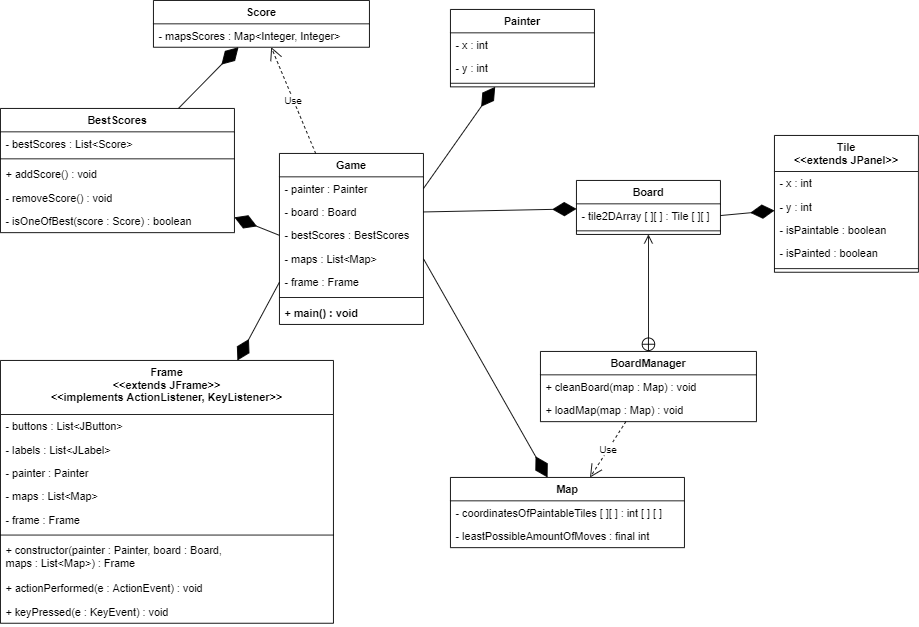
Earlier version of the draw.io export src/main/resources/img/Paint-It!.png (CcConStanTine/Paint-It). Source tidied: cells renumbered, new cells last; positions are measured from the earlier drawing's top-left corner, leaving out a move shared by most shapes.
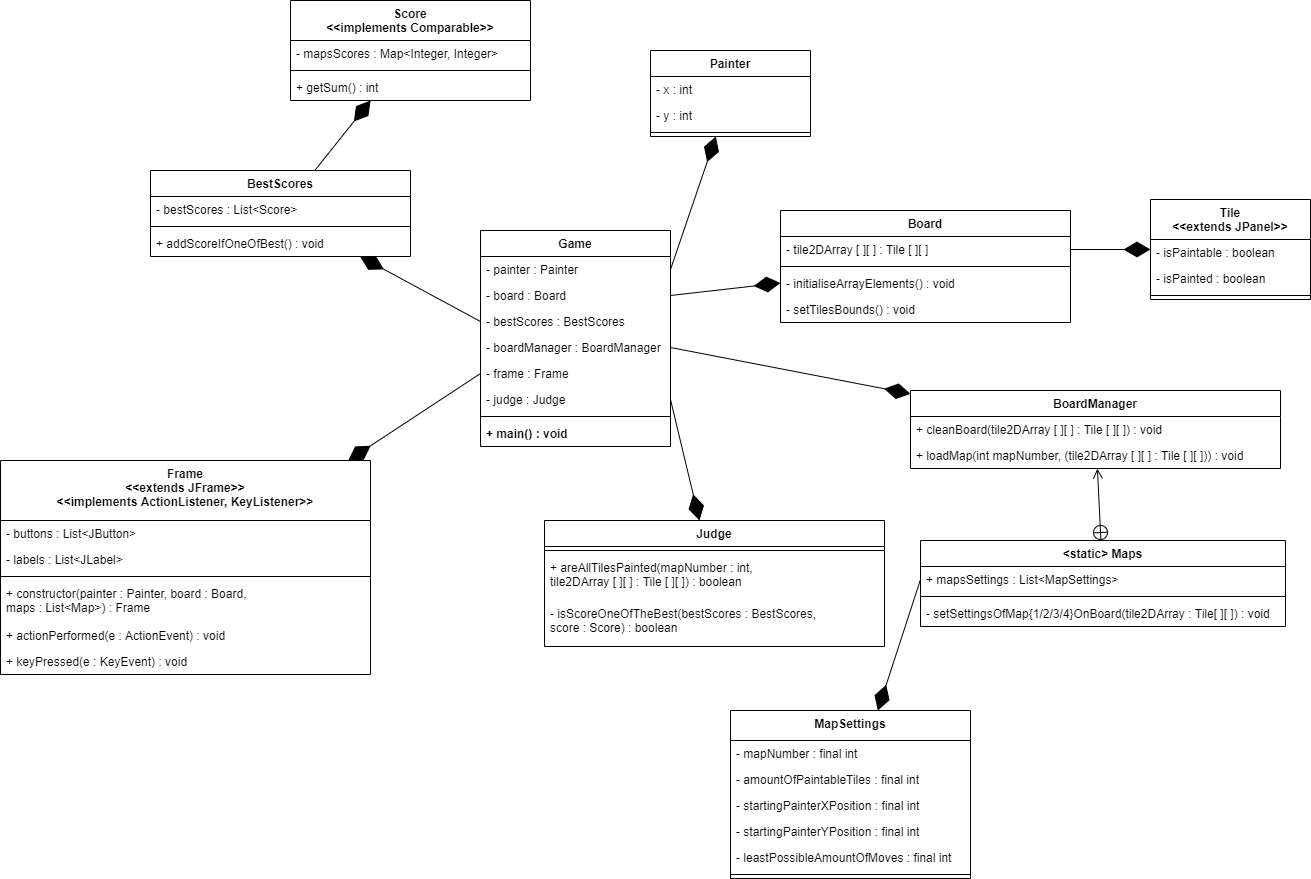
After the change.

Commit message:
Every class beyond Game and Frame added

The edit, as a diff of the source:
```diff
@@ -5,3 +5,3 @@
     <mxCell id="2" value="Painter" style="swimlane;fontStyle=1;align=center;verticalAlign=top;horizontal=1;startSize=26;" parent="1" vertex="1">
-      <mxGeometry x="500" y="10" width="160" height="86" as="geometry" />
+      <mxGeometry x="500" width="160" height="86" as="geometry" />
     </mxCell>
@@ -17,40 +17,37 @@
     <mxCell id="6" value="Tile&#10;&lt;&lt;extends JPanel&gt;&gt;" style="swimlane;fontStyle=1;align=center;verticalAlign=top;horizontal=1;startSize=40;" parent="1" vertex="1">
-      <mxGeometry x="860" y="150" width="160" height="152" as="geometry" />
+      <mxGeometry x="1000" y="149" width="160" height="100" as="geometry" />
     </mxCell>
-    <mxCell id="7" value="- x : int" style="text;strokeColor=none;fillColor=none;align=left;verticalAlign=top;spacingLeft=4;spacingRight=4;overflow=hidden;" parent="6" vertex="1">
-      <mxGeometry y="40" width="160" height="26" as="geometry" />
-    </mxCell>
-    <mxCell id="8" value="- y : int" style="text;strokeColor=none;fillColor=none;align=left;verticalAlign=top;spacingLeft=4;spacingRight=4;overflow=hidden;" parent="6" vertex="1">
-      <mxGeometry y="66" width="160" height="26" as="geometry" />
-    </mxCell>
     <mxCell id="9" value="- isPaintable : boolean" style="text;strokeColor=none;fillColor=none;align=left;verticalAlign=top;spacingLeft=4;spacingRight=4;overflow=hidden;" parent="6" vertex="1">
-      <mxGeometry y="92" width="160" height="26" as="geometry" />
+      <mxGeometry y="40" width="160" height="26" as="geometry" />
     </mxCell>
     <mxCell id="10" value="- isPainted : boolean" style="text;strokeColor=none;fillColor=none;align=left;verticalAlign=top;spacingLeft=4;spacingRight=4;overflow=hidden;" parent="6" vertex="1">
-      <mxGeometry y="118" width="160" height="26" as="geometry" />
+      <mxGeometry y="66" width="160" height="26" as="geometry" />
     </mxCell>
     <mxCell id="11" style="line;strokeWidth=1;fillColor=none;align=left;verticalAlign=middle;spacingTop=-1;spacingLeft=3;spacingRight=3;labelPosition=right;" parent="6" vertex="1">
-      <mxGeometry y="144" width="160" height="8" as="geometry" />
+      <mxGeometry y="92" width="160" height="8" as="geometry" />
     </mxCell>
     <mxCell id="12" value="BoardManager" style="swimlane;fontStyle=1;horizontal=1;startSize=26;fillColor=none;" parent="1" vertex="1">
-      <mxGeometry x="600" y="390" width="240" height="78" as="geometry" />
+      <mxGeometry x="760" y="340" width="370" height="78" as="geometry" />
     </mxCell>
-    <mxCell id="13" value="+ cleanBoard(map : Map) : void" style="text;strokeColor=none;fillColor=none;align=left;verticalAlign=top;spacingLeft=4;spacingRight=4;overflow=hidden;" parent="12" vertex="1">
-      <mxGeometry y="26" width="240" height="26" as="geometry" />
-    </mxCell>
+    <mxCell id="57" value="+ cleanBoard(tile2DArray [ ][ ] : Tile [ ][ ]) : void" style="text;strokeColor=none;fillColor=none;align=left;verticalAlign=top;spacingLeft=4;spacingRight=4;overflow=hidden;" parent="12" vertex="1">
+      <mxGeometry y="26" width="370" height="26" as="geometry" />
+    </mxCell>
-    <mxCell id="14" value="+ loadMap(map : Map) : void" style="text;strokeColor=none;fillColor=none;align=left;verticalAlign=top;spacingLeft=4;spacingRight=4;overflow=hidden;" parent="12" vertex="1">
-      <mxGeometry y="52" width="240" height="26" as="geometry" />
+    <mxCell id="14" value="+ loadMap(int mapNumber, (tile2DArray [ ][ ] : Tile [ ][ ])) : void" style="text;strokeColor=none;fillColor=none;align=left;verticalAlign=top;spacingLeft=4;spacingRight=4;overflow=hidden;" parent="12" vertex="1">
+      <mxGeometry y="52" width="370" height="26" as="geometry" />
     </mxCell>
     <mxCell id="15" value="Board" style="swimlane;fontStyle=1;align=center;verticalAlign=top;horizontal=1;startSize=26;" parent="1" vertex="1">
-      <mxGeometry x="640" y="200" width="160" height="60" as="geometry" />
+      <mxGeometry x="630" y="160" width="290" height="112" as="geometry" />
     </mxCell>
     <mxCell id="16" value="- tile2DArray [ ][ ] : Tile [ ][ ] " style="text;strokeColor=none;fillColor=none;align=left;verticalAlign=top;spacingLeft=4;spacingRight=4;overflow=hidden;points=[[0,0.5],[1,0.5]];portConstraint=eastwest;" parent="15" vertex="1">
-      <mxGeometry y="26" width="160" height="26" as="geometry" />
+      <mxGeometry y="26" width="290" height="26" as="geometry" />
     </mxCell>
     <mxCell id="17" style="line;strokeWidth=1;fillColor=none;align=left;verticalAlign=middle;spacingTop=-1;spacingLeft=3;spacingRight=3;labelPosition=right;" parent="15" vertex="1">
-      <mxGeometry y="52" width="160" height="8" as="geometry" />
+      <mxGeometry y="52" width="290" height="8" as="geometry" />
     </mxCell>
-    <mxCell id="18" style="endArrow=open;startArrow=circlePlus;endFill=0;startFill=0;endSize=8;html=1;" parent="1" edge="1" source="12" target="15">
-      <mxGeometry relative="1" as="geometry" />
-    </mxCell>
+    <mxCell id="58" value="- initialiseArrayElements() : void" style="text;strokeColor=none;fillColor=none;align=left;verticalAlign=top;spacingLeft=4;spacingRight=4;overflow=hidden;" parent="15" vertex="1">
+      <mxGeometry y="60" width="290" height="26" as="geometry" />
+    </mxCell>
+    <mxCell id="59" value="- setTilesBounds() : void" style="text;strokeColor=none;fillColor=none;align=left;verticalAlign=top;spacingLeft=4;spacingRight=4;overflow=hidden;" parent="15" vertex="1">
+      <mxGeometry y="86" width="290" height="26" as="geometry" />
+    </mxCell>
     <mxCell id="19" style="endArrow=diamondThin;endFill=1;endSize=24;html=1;exitX=1;exitY=0.5;exitDx=0;exitDy=0;" parent="1" edge="1" source="16" target="6">
@@ -59,24 +56,27 @@
     <mxCell id="20" value="Game" style="swimlane;fontStyle=1;align=center;verticalAlign=top;horizontal=1;startSize=26;" parent="1" vertex="1">
-      <mxGeometry x="310" y="170" width="160" height="190" as="geometry" />
+      <mxGeometry x="330" y="180" width="190" height="216" as="geometry" />
     </mxCell>
     <mxCell id="21" value="- painter : Painter" style="text;strokeColor=none;fillColor=none;align=left;verticalAlign=top;spacingLeft=4;spacingRight=4;overflow=hidden;points=[[0,0.5],[1,0.5]];portConstraint=eastwest;" parent="20" vertex="1">
-      <mxGeometry y="26" width="160" height="26" as="geometry" />
+      <mxGeometry y="26" width="190" height="26" as="geometry" />
     </mxCell>
     <mxCell id="22" value="- board : Board" style="text;strokeColor=none;fillColor=none;align=left;verticalAlign=top;spacingLeft=4;spacingRight=4;overflow=hidden;points=[[0,0.5],[1,0.5]];portConstraint=eastwest;" parent="20" vertex="1">
-      <mxGeometry y="52" width="160" height="26" as="geometry" />
+      <mxGeometry y="52" width="190" height="26" as="geometry" />
     </mxCell>
     <mxCell id="23" value="- bestScores : BestScores" style="text;strokeColor=none;fillColor=none;align=left;verticalAlign=top;spacingLeft=4;spacingRight=4;overflow=hidden;points=[[0,0.5],[1,0.5]];portConstraint=eastwest;" parent="20" vertex="1">
-      <mxGeometry y="78" width="160" height="26" as="geometry" />
+      <mxGeometry y="78" width="190" height="26" as="geometry" />
     </mxCell>
-    <mxCell id="24" value="- maps : List&lt;Map&gt;" style="text;strokeColor=none;fillColor=none;align=left;verticalAlign=top;spacingLeft=4;spacingRight=4;overflow=hidden;points=[[0,0.5],[1,0.5]];portConstraint=eastwest;" parent="20" vertex="1">
-      <mxGeometry y="104" width="160" height="26" as="geometry" />
-    </mxCell>
+    <mxCell id="60" value="- boardManager : BoardManager" style="text;strokeColor=none;fillColor=none;align=left;verticalAlign=top;spacingLeft=4;spacingRight=4;overflow=hidden;points=[[0,0.5],[1,0.5]];portConstraint=eastwest;" parent="20" vertex="1">
+      <mxGeometry y="104" width="190" height="26" as="geometry" />
+    </mxCell>
     <mxCell id="25" value="- frame : Frame" style="text;strokeColor=none;fillColor=none;align=left;verticalAlign=top;spacingLeft=4;spacingRight=4;overflow=hidden;points=[[0,0.5],[1,0.5]];portConstraint=eastwest;" parent="20" vertex="1">
-      <mxGeometry y="130" width="160" height="26" as="geometry" />
+      <mxGeometry y="130" width="190" height="26" as="geometry" />
     </mxCell>
+    <mxCell id="61" value="- judge : Judge" style="text;strokeColor=none;fillColor=none;align=left;verticalAlign=top;spacingLeft=4;spacingRight=4;overflow=hidden;points=[[0,0.5],[1,0.5]];portConstraint=eastwest;" parent="20" vertex="1">
+      <mxGeometry y="156" width="190" height="26" as="geometry" />
+    </mxCell>
     <mxCell id="26" style="line;strokeWidth=1;fillColor=none;align=left;verticalAlign=middle;spacingTop=-1;spacingLeft=3;spacingRight=3;labelPosition=right;" parent="20" vertex="1">
-      <mxGeometry y="156" width="160" height="8" as="geometry" />
+      <mxGeometry y="182" width="190" height="8" as="geometry" />
     </mxCell>
     <mxCell id="27" value="+ main() : void" style="text;strokeColor=none;fillColor=none;align=left;verticalAlign=top;spacingLeft=4;spacingRight=4;overflow=hidden;fontStyle=1;" parent="20" vertex="1">
-      <mxGeometry y="164" width="160" height="26" as="geometry" />
+      <mxGeometry y="190" width="190" height="26" as="geometry" />
     </mxCell>
@@ -88,16 +88,16 @@
     </mxCell>
-    <mxCell id="30" value="Map" style="swimlane;fontStyle=1;horizontal=1;startSize=26;fillColor=none;" parent="1" vertex="1">
-      <mxGeometry x="500" y="530" width="260" height="78" as="geometry" />
+    <mxCell id="30" value="&lt;static&gt; Maps" style="swimlane;fontStyle=1;horizontal=1;startSize=26;fillColor=none;" parent="1" vertex="1">
+      <mxGeometry x="770" y="490" width="365" height="86" as="geometry" />
     </mxCell>
-    <mxCell id="31" value="- coordinatesOfPaintableTiles [ ][ ] : int [ ] [ ]" style="text;strokeColor=none;fillColor=none;align=left;verticalAlign=top;spacingLeft=4;spacingRight=4;overflow=hidden;" parent="30" vertex="1">
-      <mxGeometry y="26" width="260" height="26" as="geometry" />
-    </mxCell>
-    <mxCell id="32" value="- leastPossibleAmountOfMoves : final int" style="text;strokeColor=none;fillColor=none;align=left;verticalAlign=top;spacingLeft=4;spacingRight=4;overflow=hidden;points=[[0,0.5],[1,0.5]];portConstraint=eastwest;" parent="30" vertex="1">
-      <mxGeometry y="52" width="260" height="26" as="geometry" />
+    <mxCell id="32" value="+ mapsSettings : List&lt;MapSettings&gt;" style="text;strokeColor=none;fillColor=none;align=left;verticalAlign=top;spacingLeft=4;spacingRight=4;overflow=hidden;points=[[0,0.5],[1,0.5]];portConstraint=eastwest;" parent="30" vertex="1">
+      <mxGeometry y="26" width="365" height="26" as="geometry" />
     </mxCell>
-    <mxCell id="33" value="Use" style="endArrow=open;endSize=12;dashed=1;html=1;" parent="1" edge="1" source="12" target="30">
-      <mxGeometry relative="1" as="geometry" />
-    </mxCell>
+    <mxCell id="62" style="line;strokeWidth=1;fillColor=none;align=left;verticalAlign=middle;spacingTop=-1;spacingLeft=3;spacingRight=3;labelPosition=right;" parent="30" vertex="1">
+      <mxGeometry y="52" width="365" height="8" as="geometry" />
+    </mxCell>
+    <mxCell id="63" value="- setSettingsOfMap{1/2/3/4}OnBoard(tile2DArray : Tile[ ][ ]) : void" style="text;strokeColor=none;fillColor=none;align=left;verticalAlign=top;spacingLeft=4;spacingRight=4;overflow=hidden;" parent="30" vertex="1">
+      <mxGeometry y="60" width="365" height="26" as="geometry" />
+    </mxCell>
     <mxCell id="34" value="Frame &#10;&lt;&lt;extends JFrame&gt;&gt;&#10;&lt;&lt;implements ActionListener, KeyListener&gt;&gt;" style="swimlane;fontStyle=1;align=center;verticalAlign=top;horizontal=1;startSize=60;" parent="1" vertex="1">
-      <mxGeometry y="400" width="370" height="292" as="geometry" />
+      <mxGeometry x="-150" y="410" width="370" height="214" as="geometry" />
     </mxCell>
@@ -109,29 +109,26 @@
     </mxCell>
-    <mxCell id="37" value="- painter : Painter" style="text;strokeColor=none;fillColor=none;align=left;verticalAlign=top;spacingLeft=4;spacingRight=4;overflow=hidden;" parent="34" vertex="1">
-      <mxGeometry y="112" width="370" height="26" as="geometry" />
-    </mxCell>
-    <mxCell id="38" value="- maps : List&lt;Map&gt;" style="text;strokeColor=none;fillColor=none;align=left;verticalAlign=top;spacingLeft=4;spacingRight=4;overflow=hidden;" parent="34" vertex="1">
-      <mxGeometry y="138" width="370" height="26" as="geometry" />
-    </mxCell>
-    <mxCell id="39" value="- frame : Frame" style="text;strokeColor=none;fillColor=none;align=left;verticalAlign=top;spacingLeft=4;spacingRight=4;overflow=hidden;" parent="34" vertex="1">
-      <mxGeometry y="164" width="370" height="26" as="geometry" />
-    </mxCell>
     <mxCell id="40" style="line;strokeWidth=1;fillColor=none;align=left;verticalAlign=middle;spacingTop=-1;spacingLeft=3;spacingRight=3;labelPosition=right;" parent="34" vertex="1">
-      <mxGeometry y="190" width="370" height="8" as="geometry" />
+      <mxGeometry y="112" width="370" height="8" as="geometry" />
     </mxCell>
     <mxCell id="41" value="+ constructor(painter : Painter, board : Board, &#10;maps : List&lt;Map&gt;) : Frame" style="text;strokeColor=none;fillColor=none;align=left;verticalAlign=top;spacingLeft=4;spacingRight=4;overflow=hidden;" parent="34" vertex="1">
-      <mxGeometry y="198" width="370" height="42" as="geometry" />
+      <mxGeometry y="120" width="370" height="42" as="geometry" />
     </mxCell>
     <mxCell id="42" value="+ actionPerformed(e : ActionEvent) : void" style="text;strokeColor=none;fillColor=none;align=left;verticalAlign=top;spacingLeft=4;spacingRight=4;overflow=hidden;" parent="34" vertex="1">
-      <mxGeometry y="240" width="370" height="26" as="geometry" />
+      <mxGeometry y="162" width="370" height="26" as="geometry" />
     </mxCell>
     <mxCell id="43" value="+ keyPressed(e : KeyEvent) : void" style="text;strokeColor=none;fillColor=none;align=left;verticalAlign=top;spacingLeft=4;spacingRight=4;overflow=hidden;" parent="34" vertex="1">
-      <mxGeometry y="266" width="370" height="26" as="geometry" />
+      <mxGeometry y="188" width="370" height="26" as="geometry" />
     </mxCell>
-    <mxCell id="44" value="Score" style="swimlane;fontStyle=1;horizontal=1;startSize=26;fillColor=none;" parent="1" vertex="1">
-      <mxGeometry x="170" width="240" height="52" as="geometry" />
+    <mxCell id="44" value="Score&#10;&lt;&lt;implements Comparable&gt;&gt;" style="swimlane;fontStyle=1;horizontal=1;startSize=40;fillColor=none;" parent="1" vertex="1">
+      <mxGeometry x="140" y="-50" width="240" height="100" as="geometry" />
     </mxCell>
     <mxCell id="45" value="- mapsScores : Map&lt;Integer, Integer&gt;" style="text;strokeColor=none;fillColor=none;align=left;verticalAlign=top;spacingLeft=4;spacingRight=4;overflow=hidden;" parent="44" vertex="1">
-      <mxGeometry y="26" width="240" height="26" as="geometry" />
+      <mxGeometry y="40" width="240" height="26" as="geometry" />
     </mxCell>
+    <mxCell id="64" style="line;strokeWidth=1;fillColor=none;align=left;verticalAlign=middle;spacingTop=-1;spacingLeft=3;spacingRight=3;labelPosition=right;" parent="44" vertex="1">
+      <mxGeometry y="66" width="240" height="8" as="geometry" />
+    </mxCell>
+    <mxCell id="65" value="+ getSum() : int" style="text;strokeColor=none;fillColor=none;align=left;verticalAlign=top;spacingLeft=4;spacingRight=4;overflow=hidden;" parent="44" vertex="1">
+      <mxGeometry y="74" width="240" height="26" as="geometry" />
+    </mxCell>
     <mxCell id="46" style="endArrow=diamondThin;endFill=1;endSize=24;html=1;" parent="1" edge="1" source="51" target="44">
@@ -139,5 +136,2 @@
     </mxCell>
-    <mxCell id="47" style="endArrow=diamondThin;endFill=1;endSize=24;html=1;exitX=1;exitY=0.5;exitDx=0;exitDy=0;" parent="1" edge="1" source="24" target="30">
-      <mxGeometry relative="1" as="geometry" />
-    </mxCell>
     <mxCell id="48" style="endArrow=diamondThin;endFill=1;endSize=24;html=1;exitX=0;exitY=0.5;exitDx=0;exitDy=0;" parent="1" edge="1" source="23" target="51">
@@ -148,7 +142,4 @@
     </mxCell>
-    <mxCell id="50" value="Use" style="endArrow=open;endSize=12;dashed=1;html=1;" parent="1" edge="1" source="20" target="44">
-      <mxGeometry relative="1" as="geometry" />
-    </mxCell>
     <mxCell id="51" value="BestScores" style="swimlane;fontStyle=1;align=center;verticalAlign=top;horizontal=1;startSize=26;" parent="1" vertex="1">
-      <mxGeometry y="120" width="260" height="138" as="geometry" />
+      <mxGeometry y="120" width="260" height="86" as="geometry" />
     </mxCell>
@@ -160,11 +151,50 @@
     </mxCell>
-    <mxCell id="54" value="+ addScore() : void" style="text;strokeColor=none;fillColor=none;align=left;verticalAlign=top;spacingLeft=4;spacingRight=4;overflow=hidden;" parent="51" vertex="1">
+    <mxCell id="54" value="+ addScoreIfOneOfBest() : void" style="text;strokeColor=none;fillColor=none;align=left;verticalAlign=top;spacingLeft=4;spacingRight=4;overflow=hidden;" parent="51" vertex="1">
       <mxGeometry y="60" width="260" height="26" as="geometry" />
     </mxCell>
-    <mxCell id="55" value="- removeScore() : void" style="text;strokeColor=none;fillColor=none;align=left;verticalAlign=top;spacingLeft=4;spacingRight=4;overflow=hidden;" parent="51" vertex="1">
-      <mxGeometry y="86" width="260" height="26" as="geometry" />
-    </mxCell>
-    <mxCell id="56" value="- isOneOfBest(score : Score) : boolean" style="text;strokeColor=none;fillColor=none;align=left;verticalAlign=top;spacingLeft=4;spacingRight=4;overflow=hidden;" parent="51" vertex="1">
-      <mxGeometry y="112" width="260" height="26" as="geometry" />
-    </mxCell>
+    <mxCell id="66" style="endArrow=open;startArrow=circlePlus;endFill=0;startFill=0;endSize=8;html=1;" parent="1" edge="1" source="30" target="12">
+      <mxGeometry relative="1" as="geometry" />
+    </mxCell>
+    <mxCell id="67" style="endArrow=diamondThin;endFill=1;endSize=24;html=1;exitX=1;exitY=0.5;exitDx=0;exitDy=0;" parent="1" edge="1" source="60" target="12">
+      <mxGeometry relative="1" as="geometry" />
+    </mxCell>
+    <mxCell id="68" value="Judge" style="swimlane;fontStyle=1;align=center;verticalAlign=top;horizontal=1;startSize=26;" parent="1" vertex="1">
+      <mxGeometry x="394" y="470" width="340" height="126" as="geometry" />
+    </mxCell>
+    <mxCell id="69" style="line;strokeWidth=1;fillColor=none;align=left;verticalAlign=middle;spacingTop=-1;spacingLeft=3;spacingRight=3;labelPosition=right;" parent="68" vertex="1">
+      <mxGeometry y="26" width="340" height="8" as="geometry" />
+    </mxCell>
+    <mxCell id="70" value="+ areAllTilesPainted(mapNumber : int, &#10;tile2DArray [ ][ ] : Tile [ ][ ]) : boolean" style="text;strokeColor=none;fillColor=none;align=left;verticalAlign=top;spacingLeft=4;spacingRight=4;overflow=hidden;" parent="68" vertex="1">
+      <mxGeometry y="34" width="340" height="46" as="geometry" />
+    </mxCell>
+    <mxCell id="71" value="- isScoreOneOfTheBest(bestScores : BestScores, &#10;score : Score) : boolean" style="text;strokeColor=none;fillColor=none;align=left;verticalAlign=top;spacingLeft=4;spacingRight=4;overflow=hidden;" parent="68" vertex="1">
+      <mxGeometry y="80" width="340" height="46" as="geometry" />
+    </mxCell>
+    <mxCell id="72" style="endArrow=diamondThin;endFill=1;endSize=24;html=1;exitX=1;exitY=0.5;exitDx=0;exitDy=0;" parent="1" edge="1" source="61" target="68">
+      <mxGeometry relative="1" as="geometry" />
+    </mxCell>
+    <mxCell id="73" value="MapSettings" style="swimlane;fontStyle=1;align=center;verticalAlign=top;horizontal=1;startSize=30;" parent="1" vertex="1">
+      <mxGeometry x="580" y="660" width="240" height="168" as="geometry" />
+    </mxCell>
+    <mxCell id="74" value="- mapNumber : final int" style="text;strokeColor=none;fillColor=none;align=left;verticalAlign=top;spacingLeft=4;spacingRight=4;overflow=hidden;" parent="73" vertex="1">
+      <mxGeometry y="30" width="240" height="26" as="geometry" />
+    </mxCell>
+    <mxCell id="75" value="- amountOfPaintableTiles : final int" style="text;strokeColor=none;fillColor=none;align=left;verticalAlign=top;spacingLeft=4;spacingRight=4;overflow=hidden;" parent="73" vertex="1">
+      <mxGeometry y="56" width="240" height="26" as="geometry" />
+    </mxCell>
+    <mxCell id="76" value="- startingPainterXPosition : final int" style="text;strokeColor=none;fillColor=none;align=left;verticalAlign=top;spacingLeft=4;spacingRight=4;overflow=hidden;" parent="73" vertex="1">
+      <mxGeometry y="82" width="240" height="26" as="geometry" />
+    </mxCell>
+    <mxCell id="77" value="- startingPainterYPosition : final int" style="text;strokeColor=none;fillColor=none;align=left;verticalAlign=top;spacingLeft=4;spacingRight=4;overflow=hidden;" parent="73" vertex="1">
+      <mxGeometry y="108" width="240" height="26" as="geometry" />
+    </mxCell>
+    <mxCell id="78" value="- leastPossibleAmountOfMoves : final int" style="text;strokeColor=none;fillColor=none;align=left;verticalAlign=top;spacingLeft=4;spacingRight=4;overflow=hidden;" parent="73" vertex="1">
+      <mxGeometry y="134" width="240" height="26" as="geometry" />
+    </mxCell>
+    <mxCell id="79" style="line;strokeWidth=1;fillColor=none;align=left;verticalAlign=middle;spacingTop=-1;spacingLeft=3;spacingRight=3;labelPosition=right;" parent="73" vertex="1">
+      <mxGeometry y="160" width="240" height="8" as="geometry" />
+    </mxCell>
+    <mxCell id="80" style="endArrow=diamondThin;endFill=1;endSize=24;html=1;exitX=0;exitY=0.5;exitDx=0;exitDy=0;" parent="1" edge="1" source="32" target="73">
+      <mxGeometry relative="1" as="geometry" />
+    </mxCell>
   </root>
```
